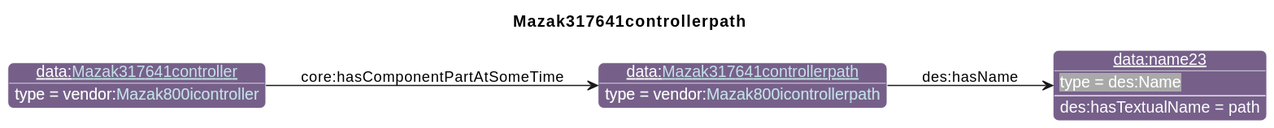
Before: diagrams/Mazak317641controllerpath.svg, a diagram exported from PlantUML (iofoundry/example-syseng-mtconnect).
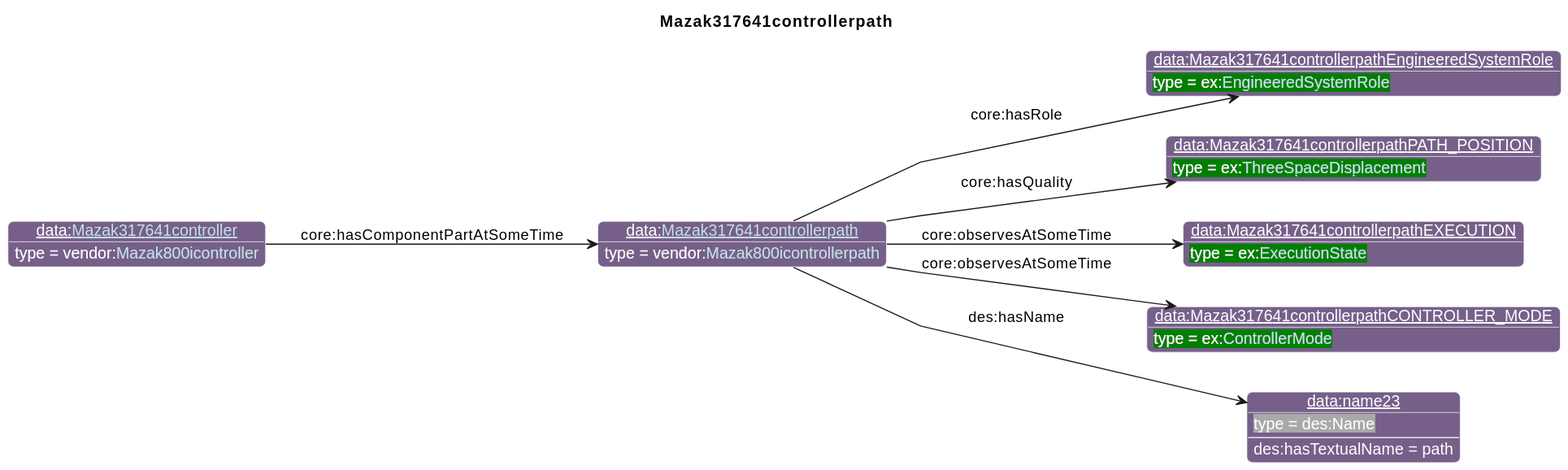
The same diagram one commit later.

The edit, as a diff of the source:
```diff
@@ -26,9 +26,17 @@
                       "qp":"641B2E"
       }
 individual(o0, data:[[./Mazak317641controllerpath.html Mazak317641controllerpath]], vendor:[[../Mazak.html#Mazak800icontrollerpath Mazak800icontrollerpath]])
-individual(o1, data:name23, des:Name)
-individual(o2, data:[[./Mazak317641controller.html Mazak317641controller]], vendor:[[../Mazak.html#Mazak800icontroller Mazak800icontroller]])
-property(o0, "des:hasName", o1)
-data(o1, "des:hasTextualName", "path")
-property(o2, "core:hasComponentPartAtSomeTime", o0)
+individual(o1, data:Mazak317641controllerpathEngineeredSystemRole, ex:[[../Example.html#EngineeredSystemRole EngineeredSystemRole]])
+individual(o2, data:Mazak317641controllerpathPATH_POSITION, ex:[[../Example.html#ThreeSpaceDisplacement ThreeSpaceDisplacement]])
+individual(o3, data:Mazak317641controllerpathEXECUTION, ex:[[../Example.html#ExecutionState ExecutionState]])
+individual(o4, data:Mazak317641controllerpathCONTROLLER_MODE, ex:[[../Example.html#ControllerMode ControllerMode]])
+individual(o5, data:name23, des:Name)
+individual(o6, data:[[./Mazak317641controller.html Mazak317641controller]], vendor:[[../Mazak.html#Mazak800icontroller Mazak800icontroller]])
+property(o0, "core:hasRole", o1)
+property(o0, "core:hasQuality", o2)
+property(o0, "core:observesAtSomeTime", o3)
+property(o0, "core:observesAtSomeTime", o4)
+property(o0, "des:hasName", o5)
+data(o5, "des:hasTextualName", "path")
+property(o6, "core:hasComponentPartAtSomeTime", o0)
 @enduml
```
